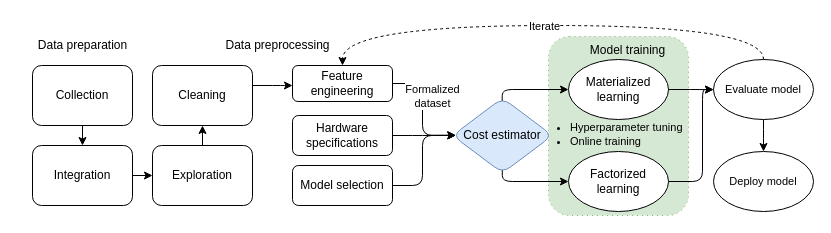
Before: chapters/01_introduction/figures/ML-Pipeline.drawio in ptemarvelde/MSc-CS-Thesis---Pepijn-te-Marvelde, a draw.io diagram. Source tidied: cells renumbered, new cells numbered last; positions are measured from the earlier drawing's top-left corner, leaving out a move shared by most shapes. Both pictures are drawn from the tidied source at 100%, with x=0, y=0 at pixel (27, 25).
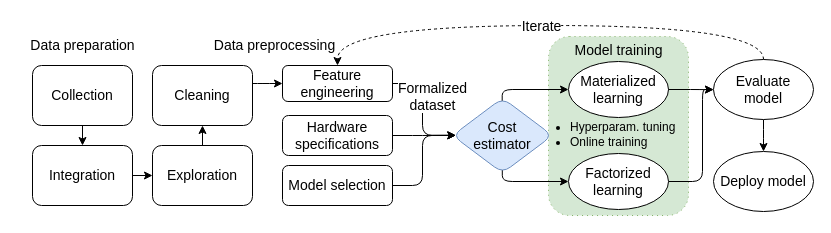
The same diagram, later.

Diff of the diagram source:
```diff
@@
-    <mxCell id="2" style="rounded=1;whiteSpace=wrap;html=1;fontSize=11;dashed=1;dashPattern=1 4;fillColor=#d5e8d4;strokeColor=#82b366;" parent="1" vertex="1">
+    <mxCell id="2" style="rounded=1;whiteSpace=wrap;html=1;fontSize=14;dashed=1;dashPattern=1 4;fillColor=#d5e8d4;strokeColor=#82b366;" parent="1" vertex="1">
       <mxGeometry x="521" y="11" width="140" height="179" as="geometry" />
     </mxCell>
-    <mxCell id="3" style="edgeStyle=orthogonalEdgeStyle;rounded=1;jettySize=auto;html=1;" parent="1" edge="1" source="4" target="6">
+    <mxCell id="3" style="edgeStyle=orthogonalEdgeStyle;rounded=1;jettySize=auto;html=1;fontSize=14;" parent="1" edge="1" source="4" target="6">
       <mxGeometry relative="1" as="geometry" />
     </mxCell>
-    <mxCell id="4" value="Collection" style="rounded=1;whiteSpace=wrap;html=1;" parent="1" vertex="1">
+    <mxCell id="4" value="Collection" style="rounded=1;whiteSpace=wrap;html=1;fontSize=14;" parent="1" vertex="1">
       <mxGeometry x="5" y="40" width="100" height="60" as="geometry" />
     </mxCell>
-    <mxCell id="5" style="edgeStyle=orthogonalEdgeStyle;rounded=1;jettySize=auto;html=1;" parent="1" edge="1" source="6" target="9">
+    <mxCell id="5" style="edgeStyle=orthogonalEdgeStyle;rounded=1;jettySize=auto;html=1;fontSize=14;" parent="1" edge="1" source="6" target="9">
       <mxGeometry relative="1" as="geometry" />
     </mxCell>
-    <mxCell id="6" value="Integration" style="rounded=1;whiteSpace=wrap;html=1;" parent="1" vertex="1">
+    <mxCell id="6" value="Integration" style="rounded=1;whiteSpace=wrap;html=1;fontSize=14;" parent="1" vertex="1">
       <mxGeometry x="5" y="120" width="100" height="60" as="geometry" />
     </mxCell>
-    <mxCell id="7" value="Data preparation" style="text;html=1;align=center;verticalAlign=middle;strokeColor=none;fillColor=none;rounded=1;" parent="1" vertex="1">
-      <mxGeometry y="5" width="110" height="30" as="geometry" />
+    <mxCell id="7" value="Data preparation" style="text;html=1;align=center;verticalAlign=middle;strokeColor=none;fillColor=none;rounded=1;fontSize=14;" parent="1" vertex="1">
+      <mxGeometry x="-10" y="5" width="130" height="30" as="geometry" />
     </mxCell>
-    <mxCell id="8" style="edgeStyle=orthogonalEdgeStyle;rounded=1;jettySize=auto;html=1;" parent="1" edge="1" source="9" target="11">
+    <mxCell id="8" style="edgeStyle=orthogonalEdgeStyle;rounded=1;jettySize=auto;html=1;fontSize=14;" parent="1" edge="1" source="9" target="11">
       <mxGeometry relative="1" as="geometry" />
     </mxCell>
-    <mxCell id="9" value="Exploration" style="whiteSpace=wrap;html=1;rounded=1;" parent="1" vertex="1">
+    <mxCell id="9" value="Exploration" style="whiteSpace=wrap;html=1;rounded=1;fontSize=14;" parent="1" vertex="1">
       <mxGeometry x="125" y="120" width="100" height="60" as="geometry" />
     </mxCell>
-    <mxCell id="10" style="edgeStyle=orthogonalEdgeStyle;rounded=1;jettySize=auto;html=1;" parent="1" edge="1" source="11" target="15">
+    <mxCell id="10" style="edgeStyle=orthogonalEdgeStyle;rounded=1;jettySize=auto;html=1;fontSize=14;entryX=0;entryY=0.5;entryDx=0;entryDy=0;" parent="1" edge="1" source="11" target="15">
       <mxGeometry relative="1" as="geometry">
         <Array as="points">
-          <mxPoint x="255" y="60" />
-          <mxPoint x="255" y="60" />
+          <mxPoint x="235" y="58" />
+          <mxPoint x="235" y="58" />
         </Array>
       </mxGeometry>
     </mxCell>
-    <mxCell id="11" value="Cleaning" style="whiteSpace=wrap;html=1;rounded=1;" parent="1" vertex="1">
+    <mxCell id="11" value="Cleaning" style="whiteSpace=wrap;html=1;rounded=1;fontSize=14;" parent="1" vertex="1">
       <mxGeometry x="125" y="40" width="100" height="60" as="geometry" />
     </mxCell>
-    <mxCell id="12" value="Model training&lt;br&gt;" style="text;html=1;align=center;verticalAlign=middle;strokeColor=none;fillColor=none;rounded=1;" parent="1" vertex="1">
-      <mxGeometry x="550" y="10" width="100" height="30" as="geometry" />
+    <mxCell id="12" value="Model training&lt;br style=&quot;font-size: 14px;&quot;&gt;" style="text;html=1;align=center;verticalAlign=middle;strokeColor=none;fillColor=none;rounded=1;fontSize=14;" parent="1" vertex="1">
+      <mxGeometry x="536" y="10" width="110" height="30" as="geometry" />
     </mxCell>
-    <mxCell id="13" style="edgeStyle=orthogonalEdgeStyle;rounded=1;jettySize=auto;html=1;entryX=0.032;entryY=0.498;entryDx=0;entryDy=0;entryPerimeter=0;" parent="1" edge="1" source="15" target="25">
+    <mxCell id="13" style="edgeStyle=orthogonalEdgeStyle;rounded=1;jettySize=auto;html=1;entryX=0.032;entryY=0.498;entryDx=0;entryDy=0;entryPerimeter=0;fontSize=14;" parent="1" edge="1" source="15" target="25">
       <mxGeometry relative="1" as="geometry" />
     </mxCell>
-    <mxCell id="14" value="Formalized&lt;br&gt;dataset" style="edgeLabel;html=1;align=center;verticalAlign=middle;rounded=1;" parent="13" vertex="1">
+    <mxCell id="14" value="Formalized&lt;br style=&quot;font-size: 14px;&quot;&gt;dataset" style="edgeLabel;html=1;align=center;verticalAlign=middle;rounded=1;fontSize=14;" parent="13" vertex="1">
       <mxGeometry x="-0.5" y="2" relative="1" as="geometry">
         <mxPoint x="10" y="14" as="offset" />
       </mxGeometry>
     </mxCell>
-    <mxCell id="15" value="Feature engineering" style="whiteSpace=wrap;html=1;rounded=1;" parent="1" vertex="1">
-      <mxGeometry x="265" y="40" width="100" height="36" as="geometry" />
+    <mxCell id="15" value="Feature engineering" style="whiteSpace=wrap;html=1;rounded=1;fontSize=14;" parent="1" vertex="1">
+      <mxGeometry x="255" y="40" width="110" height="36" as="geometry" />
     </mxCell>
-    <mxCell id="16" style="edgeStyle=orthogonalEdgeStyle;rounded=1;jettySize=auto;html=1;entryX=0.034;entryY=0.498;entryDx=0;entryDy=0;entryPerimeter=0;" parent="1" edge="1" source="17" target="25">
+    <mxCell id="16" style="edgeStyle=orthogonalEdgeStyle;rounded=1;jettySize=auto;html=1;entryX=0.034;entryY=0.498;entryDx=0;entryDy=0;entryPerimeter=0;fontSize=14;" parent="1" edge="1" source="17" target="25">
       <mxGeometry relative="1" as="geometry" />
     </mxCell>
-    <mxCell id="17" value="Model selection" style="whiteSpace=wrap;html=1;rounded=1;" parent="1" vertex="1">
-      <mxGeometry x="265" y="140" width="100" height="40" as="geometry" />
+    <mxCell id="17" value="Model selection" style="whiteSpace=wrap;html=1;rounded=1;fontSize=14;" parent="1" vertex="1">
+      <mxGeometry x="255" y="140" width="110" height="40" as="geometry" />
     </mxCell>
-    <mxCell id="18" style="edgeStyle=orthogonalEdgeStyle;rounded=1;jettySize=auto;html=1;entryX=0.5;entryY=0;entryDx=0;entryDy=0;fontSize=11;endArrow=classic;endFill=1;dashed=1;curved=1;exitX=0.5;exitY=0;exitDx=0;exitDy=0;" parent="1" edge="1" source="29" target="15">
+    <mxCell id="18" style="edgeStyle=orthogonalEdgeStyle;rounded=1;orthogonalLoop=1;jettySize=auto;html=1;entryX=0.5;entryY=0;entryDx=0;entryDy=0;fontSize=14;endArrow=classic;endFill=1;dashed=1;curved=1;exitX=0.5;exitY=0;exitDx=0;exitDy=0;" parent="1" edge="1">
       <mxGeometry relative="1" as="geometry">
+        <mxPoint x="736" y="34" as="sourcePoint" />
+        <mxPoint x="310" y="40" as="targetPoint" />
         <Array as="points">
           <mxPoint x="736" />
-          <mxPoint x="315" />
+          <mxPoint x="310" />
         </Array>
       </mxGeometry>
     </mxCell>
-    <mxCell id="19" value="Iterate" style="edgeLabel;html=1;align=center;verticalAlign=middle;fontSize=11;rounded=1;" parent="18" vertex="1">
+    <mxCell id="19" value="Iterate" style="edgeLabel;html=1;align=center;verticalAlign=middle;fontSize=14;rounded=1;" parent="18" vertex="1">
       <mxGeometry x="0.28" y="-1" relative="1" as="geometry">
         <mxPoint x="63" y="1" as="offset" />
       </mxGeometry>
     </mxCell>
-    <mxCell id="20" value="Materialized &lt;br&gt;learning" style="ellipse;whiteSpace=wrap;html=1;rounded=1;" parent="1" vertex="1">
-      <mxGeometry x="541" y="34" width="100" height="60" as="geometry" />
+    <mxCell id="20" value="Materialized &lt;br style=&quot;font-size: 14px;&quot;&gt;learning" style="ellipse;whiteSpace=wrap;html=1;rounded=1;fontSize=14;" parent="1" vertex="1">
+      <mxGeometry x="541" y="36" width="100" height="56" as="geometry" />
     </mxCell>
-    <mxCell id="21" style="rounded=1;jettySize=auto;html=1;exitX=1;exitY=0.5;exitDx=0;exitDy=0;fontSize=11;endArrow=classic;endFill=1;edgeStyle=orthogonalEdgeStyle;entryX=0;entryY=0.5;entryDx=0;entryDy=0;" parent="1" edge="1" source="22" target="29">
+    <mxCell id="21" style="rounded=1;jettySize=auto;html=1;exitX=1;exitY=0.5;exitDx=0;exitDy=0;fontSize=14;endArrow=classic;endFill=1;edgeStyle=orthogonalEdgeStyle;entryX=0;entryY=0.5;entryDx=0;entryDy=0;" parent="1" edge="1" source="22" target="29">
       <mxGeometry relative="1" as="geometry">
         <Array as="points">
           <mxPoint x="675" y="156" />
           <mxPoint x="675" y="64" />
         </Array>
       </mxGeometry>
     </mxCell>
-    <mxCell id="22" value="Factorized&lt;br&gt;learning" style="ellipse;whiteSpace=wrap;html=1;rounded=1;" parent="1" vertex="1">
-      <mxGeometry x="541" y="126" width="100" height="60" as="geometry" />
+    <mxCell id="22" value="Factorized&lt;br style=&quot;font-size: 14px;&quot;&gt;learning" style="ellipse;whiteSpace=wrap;html=1;rounded=1;fontSize=14;" parent="1" vertex="1">
+      <mxGeometry x="541" y="128" width="100" height="56" as="geometry" />
     </mxCell>
-    <mxCell id="23" style="edgeStyle=orthogonalEdgeStyle;rounded=1;jettySize=auto;html=1;entryX=0;entryY=0.5;entryDx=0;entryDy=0;endArrow=classic;endFill=1;exitX=0.497;exitY=0.041;exitDx=0;exitDy=0;exitPerimeter=0;" parent="1" edge="1" source="25" target="20">
+    <mxCell id="23" style="edgeStyle=orthogonalEdgeStyle;rounded=1;jettySize=auto;html=1;entryX=0;entryY=0.5;entryDx=0;entryDy=0;endArrow=classic;endFill=1;exitX=0.497;exitY=0.041;exitDx=0;exitDy=0;exitPerimeter=0;fontSize=14;" parent="1" edge="1" source="25" target="20">
       <mxGeometry relative="1" as="geometry">
         <Array as="points">
           <mxPoint x="475" y="64" />
         </Array>
       </mxGeometry>
     </mxCell>
-    <mxCell id="24" style="edgeStyle=orthogonalEdgeStyle;rounded=1;jettySize=auto;html=1;endArrow=classic;endFill=1;exitX=0.498;exitY=0.96;exitDx=0;exitDy=0;entryX=0;entryY=0.5;entryDx=0;entryDy=0;exitPerimeter=0;" parent="1" edge="1" source="25" target="22">
+    <mxCell id="24" style="edgeStyle=orthogonalEdgeStyle;rounded=1;jettySize=auto;html=1;endArrow=classic;endFill=1;exitX=0.498;exitY=0.96;exitDx=0;exitDy=0;entryX=0;entryY=0.5;entryDx=0;entryDy=0;exitPerimeter=0;fontSize=14;" parent="1" edge="1" source="25" target="22">
       <mxGeometry relative="1" as="geometry">
         <Array as="points">
           <mxPoint x="475" y="156" />
         </Array>
       </mxGeometry>
     </mxCell>
-    <mxCell id="25" value="Cost estimator" style="rhombus;whiteSpace=wrap;html=1;rounded=1;fillColor=#dae8fc;strokeColor=#6c8ebf;" parent="1" vertex="1">
+    <mxCell id="25" value="Cost &lt;br&gt;estimator" style="rhombus;whiteSpace=wrap;html=1;rounded=1;fillColor=#dae8fc;strokeColor=#6c8ebf;fontSize=14;" parent="1" vertex="1">
       <mxGeometry x="425" y="72.5" width="100" height="75" as="geometry" />
     </mxCell>
-    <mxCell id="26" value="&lt;ul style=&quot;font-size: 11px;&quot;&gt;&lt;li&gt;Hyperparameter tuning&lt;/li&gt;&lt;li&gt;Online training&lt;/li&gt;&lt;/ul&gt;" style="text;html=1;align=left;verticalAlign=middle;strokeColor=none;fillColor=none;fillStyle=dots;labelBackgroundColor=none;labelBorderColor=none;rounded=1;" parent="1" vertex="1">
-      <mxGeometry x="501" y="79" width="180" height="60" as="geometry" />
+    <mxCell id="26" value="&lt;ul style=&quot;font-size: 12px;&quot;&gt;&lt;li style=&quot;&quot;&gt;Hyperparam. tuning&lt;/li&gt;&lt;li style=&quot;&quot;&gt;Online training&lt;/li&gt;&lt;/ul&gt;" style="text;html=1;align=left;verticalAlign=middle;strokeColor=none;fillColor=none;fillStyle=dots;labelBackgroundColor=none;labelBorderColor=none;rounded=1;fontSize=14;" parent="1" vertex="1">
+      <mxGeometry x="501" y="69" width="170" height="80" as="geometry" />
     </mxCell>
-    <mxCell id="27" value="Data preprocessing" style="text;html=1;align=center;verticalAlign=middle;strokeColor=none;fillColor=none;rounded=1;" parent="1" vertex="1">
-      <mxGeometry x="185" y="5" width="130" height="30" as="geometry" />
+    <mxCell id="27" value="Data preprocessing" style="text;html=1;align=center;verticalAlign=middle;strokeColor=none;fillColor=none;rounded=1;fontSize=14;" parent="1" vertex="1">
+      <mxGeometry x="177" y="5" width="140" height="30" as="geometry" />
     </mxCell>
-    <mxCell id="28" style="edgeStyle=orthogonalEdgeStyle;rounded=1;jettySize=auto;html=1;fontSize=11;endArrow=classic;endFill=1;" parent="1" edge="1" source="29" target="30">
+    <mxCell id="28" style="edgeStyle=orthogonalEdgeStyle;rounded=1;jettySize=auto;html=1;fontSize=14;endArrow=classic;endFill=1;" parent="1" edge="1" source="29" target="30">
       <mxGeometry relative="1" as="geometry" />
     </mxCell>
-    <mxCell id="29" value="Evaluate model" style="ellipse;whiteSpace=wrap;html=1;fontSize=11;rounded=1;" parent="1" vertex="1">
+    <mxCell id="29" value="Evaluate &lt;br&gt;model" style="ellipse;whiteSpace=wrap;html=1;fontSize=14;rounded=1;" parent="1" vertex="1">
       <mxGeometry x="686" y="34" width="100" height="60" as="geometry" />
     </mxCell>
-    <mxCell id="30" value="Deploy model" style="ellipse;whiteSpace=wrap;html=1;fontSize=11;rounded=1;" parent="1" vertex="1">
+    <mxCell id="30" value="Deploy model" style="ellipse;whiteSpace=wrap;html=1;fontSize=14;rounded=1;" parent="1" vertex="1">
       <mxGeometry x="686" y="126" width="100" height="60" as="geometry" />
     </mxCell>
-    <mxCell id="31" style="edgeStyle=orthogonalEdgeStyle;rounded=1;jettySize=auto;html=1;entryX=0.034;entryY=0.498;entryDx=0;entryDy=0;entryPerimeter=0;" parent="1" edge="1" source="32" target="25">
+    <mxCell id="31" style="edgeStyle=orthogonalEdgeStyle;rounded=1;jettySize=auto;html=1;entryX=0.034;entryY=0.498;entryDx=0;entryDy=0;entryPerimeter=0;fontSize=14;" parent="1" edge="1" source="32" target="25">
       <mxGeometry relative="1" as="geometry" />
     </mxCell>
-    <mxCell id="32" value="Hardware specifications" style="whiteSpace=wrap;html=1;rounded=1;" parent="1" vertex="1">
-      <mxGeometry x="265" y="90" width="100" height="40" as="geometry" />
+    <mxCell id="32" value="Hardware specifications" style="whiteSpace=wrap;html=1;rounded=1;fontSize=14;" parent="1" vertex="1">
+      <mxGeometry x="255" y="90" width="110" height="40" as="geometry" />
     </mxCell>
-    <mxCell id="33" style="edgeStyle=orthogonalEdgeStyle;rounded=1;jettySize=auto;html=1;fontSize=11;endArrow=classic;endFill=1;exitX=1;exitY=0.5;exitDx=0;exitDy=0;entryX=0;entryY=0.503;entryDx=0;entryDy=0;entryPerimeter=0;" parent="1" edge="1" source="20" target="29">
+    <mxCell id="33" style="edgeStyle=orthogonalEdgeStyle;rounded=1;jettySize=auto;html=1;fontSize=14;endArrow=classic;endFill=1;exitX=1;exitY=0.5;exitDx=0;exitDy=0;entryX=0;entryY=0.503;entryDx=0;entryDy=0;entryPerimeter=0;" parent="1" edge="1" source="20" target="29">
       <mxGeometry relative="1" as="geometry" />
     </mxCell>
```
